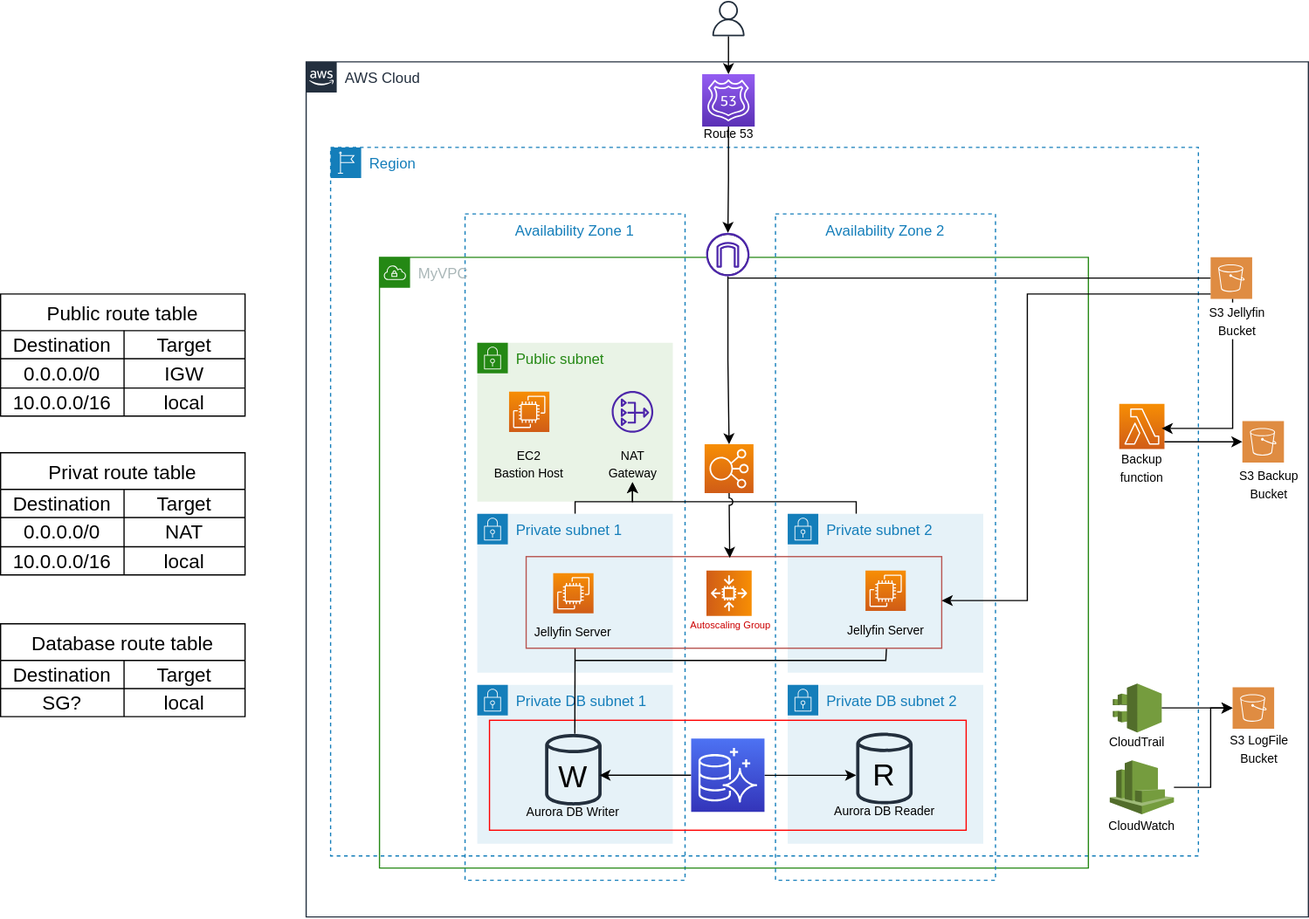
Before: images/capstone_diagram.svg, a diagram exported from draw.io (yasdou/CapStone-Project). Source tidied: cells renumbered, new cells last; positions are measured from the earlier drawing's top-left corner, leaving out a move shared by most shapes.
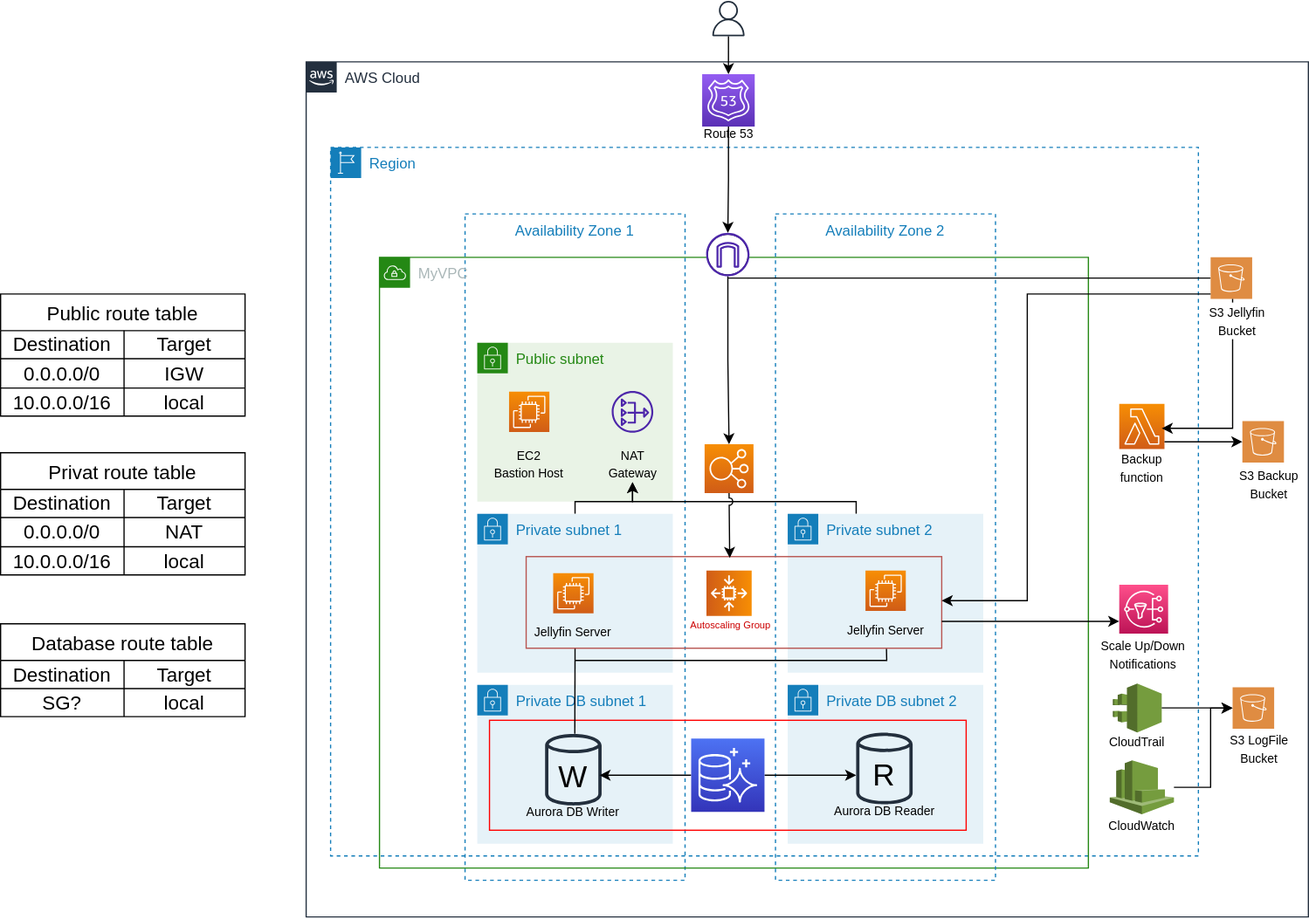
After the commit.

Change to the diagram source:
```diff
@@ -75,7 +75,7 @@
       <mxGeometry relative="1" as="geometry">
         <mxPoint x="-173.8" y="120" as="sourcePoint" />
         <Array as="points">
-          <mxPoint x="80.2" y="120" />
+          <mxPoint x="81" y="120" />
         </Array>
       </mxGeometry>
     </mxCell>
@@ -164,6 +164,17 @@
     <mxCell id="47" value="&lt;font style=&quot;font-size: 10px;&quot;&gt;Backup function&lt;/font&gt;" style="text;html=1;strokeColor=none;fillColor=none;align=center;verticalAlign=middle;whiteSpace=wrap;rounded=0;" parent="3" vertex="1">
       <mxGeometry x="633.8" y="247" width="60" height="30" as="geometry" />
     </mxCell>
+    <mxCell id="92" style="sketch=0;points=[[0,0,0],[0.25,0,0],[0.5,0,0],[0.75,0,0],[1,0,0],[0,1,0],[0.25,1,0],[0.5,1,0],[0.75,1,0],[1,1,0],[0,0.25,0],[0,0.5,0],[0,0.75,0],[1,0.25,0],[1,0.5,0],[1,0.75,0]];outlineConnect=0;fontColor=#232F3E;gradientColor=#FF4F8B;gradientDirection=north;fillColor=#BC1356;strokeColor=#ffffff;dashed=0;verticalLabelPosition=bottom;verticalAlign=top;align=center;html=1;fontSize=12;fontStyle=0;shape=mxgraph.aws4.resourceIcon;resIcon=mxgraph.aws4.sns;" parent="3" vertex="1">
+      <mxGeometry x="645.2" y="358" width="40" height="40" as="geometry" />
+    </mxCell>
+    <mxCell id="93" style="edgeStyle=orthogonalEdgeStyle;rounded=0;jettySize=auto;html=1;entryX=0;entryY=0.75;entryDx=0;entryDy=0;entryPerimeter=0;" parent="3" edge="1" target="92">
+      <mxGeometry relative="1" as="geometry">
+        <mxPoint x="500" y="388" as="sourcePoint" />
+      </mxGeometry>
+    </mxCell>
+    <mxCell id="94" value="&lt;font style=&quot;font-size: 10px;&quot;&gt;Scale Up/Down Notifications&lt;/font&gt;" style="text;html=1;strokeColor=none;fillColor=none;align=center;verticalAlign=middle;whiteSpace=wrap;rounded=0;" parent="3" vertex="1">
+      <mxGeometry x="625.2" y="400" width="80" height="30" as="geometry" />
+    </mxCell>
     <mxCell id="48" style="edgeStyle=orthogonalEdgeStyle;rounded=0;jettySize=auto;html=1;endArrow=none;endFill=0;" parent="2" edge="1" source="49">
       <mxGeometry relative="1" as="geometry">
         <mxPoint x="345" y="177" as="targetPoint" />
```
